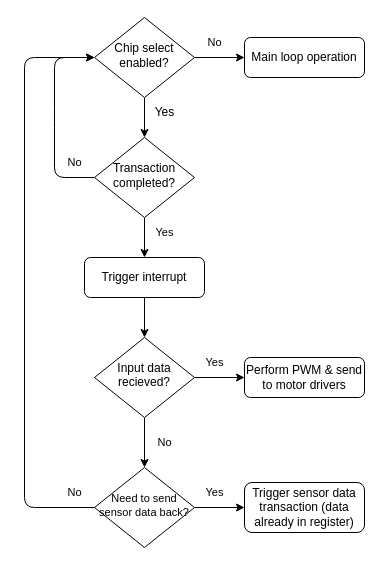
Above: test.dio in Kyle-912/HDL (draw.io), before the change. Source tidied: cells renumbered, new cells numbered last; positions are measured from the earlier drawing's top-left corner, leaving out a move shared by most shapes. Both pictures are drawn from the tidied source at 100%, with x=0, y=0 at pixel (24, 17).
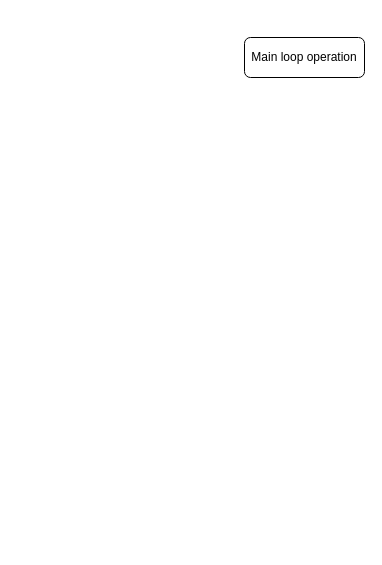
The same page after the edit.

Unchanged cells that the change refers to:
```xml
<mxCell id="5" value="Main loop operation" style="rounded=1;whiteSpace=wrap;html=1;fontSize=12;glass=0;strokeWidth=1;shadow=0;" parent="1" vertex="1">
  <mxGeometry x="220" y="20" width="120" height="40" as="geometry" />
</mxCell>
```

The edit, as a diff of the source:
```diff
@@
-    <mxCell id="2" style="edgeStyle=none;html=1;exitX=0.5;exitY=1;exitDx=0;exitDy=0;entryX=0.5;entryY=0;entryDx=0;entryDy=0;fontSize=11;" parent="1" edge="1" source="4" target="14">
-      <mxGeometry relative="1" as="geometry" />
-    </mxCell>
-    <mxCell id="3" style="edgeStyle=none;html=1;exitX=1;exitY=0.5;exitDx=0;exitDy=0;fontSize=11;" parent="1" edge="1" source="4" target="5">
-      <mxGeometry relative="1" as="geometry" />
-    </mxCell>
-    <mxCell id="4" value="&lt;font style=&quot;font-size: 12px;&quot;&gt;Chip select enabled?&lt;/font&gt;" style="rhombus;whiteSpace=wrap;html=1;shadow=0;fontFamily=Helvetica;fontSize=12;align=center;strokeWidth=1;spacing=6;spacingTop=-4;" parent="1" vertex="1">
-      <mxGeometry x="70" width="100" height="80" as="geometry" />
-    </mxCell>
@@
-    <mxCell id="6" style="edgeStyle=none;html=1;exitX=1;exitY=0.5;exitDx=0;exitDy=0;entryX=0;entryY=0.5;entryDx=0;entryDy=0;fontSize=11;" parent="1" edge="1" source="8" target="9">
-      <mxGeometry relative="1" as="geometry" />
-    </mxCell>
-    <mxCell id="7" style="edgeStyle=none;html=1;exitX=0.5;exitY=1;exitDx=0;exitDy=0;entryX=0.5;entryY=0;entryDx=0;entryDy=0;fontSize=12;" parent="1" edge="1" source="8">
-      <mxGeometry relative="1" as="geometry">
-        <mxPoint x="120" y="450" as="targetPoint" />
-      </mxGeometry>
-    </mxCell>
-    <mxCell id="8" value="&lt;p style=&quot;line-height: 110%;&quot;&gt;Input data recieved?&lt;/p&gt;" style="rhombus;whiteSpace=wrap;html=1;shadow=0;fontFamily=Helvetica;fontSize=12;align=center;strokeWidth=1;spacing=6;spacingTop=-4;" parent="1" vertex="1">
-      <mxGeometry x="70" y="320" width="100" height="80" as="geometry" />
-    </mxCell>
-    <mxCell id="9" value="Perform PWM &amp;amp; send to motor drivers" style="rounded=1;whiteSpace=wrap;html=1;fontSize=12;glass=0;strokeWidth=1;shadow=0;" parent="1" vertex="1">
-      <mxGeometry x="220" y="340" width="120" height="40" as="geometry" />
-    </mxCell>
-    <mxCell id="10" value="Yes" style="text;html=1;align=center;verticalAlign=middle;strokeColor=none;fillColor=none;" parent="1" vertex="1">
-      <mxGeometry x="120" y="80" width="40" height="30" as="geometry" />
-    </mxCell>
-    <mxCell id="11" value="Yes" style="text;html=1;align=center;verticalAlign=middle;strokeColor=none;fillColor=none;fontSize=11;" parent="1" vertex="1">
-      <mxGeometry x="170" y="330" width="40" height="30" as="geometry" />
-    </mxCell>
-    <mxCell id="12" style="edgeStyle=none;html=1;exitX=0;exitY=0.5;exitDx=0;exitDy=0;entryX=0;entryY=0.5;entryDx=0;entryDy=0;fontSize=11;" parent="1" edge="1" source="14" target="4">
-      <mxGeometry relative="1" as="geometry">
-        <Array as="points">
-          <mxPoint x="30" y="160" />
-          <mxPoint x="30" y="100" />
-          <mxPoint x="30" y="40" />
-        </Array>
-      </mxGeometry>
-    </mxCell>
-    <mxCell id="13" style="edgeStyle=none;html=1;exitX=0.5;exitY=1;exitDx=0;exitDy=0;fontSize=11;" parent="1" edge="1" source="14" target="19">
-      <mxGeometry relative="1" as="geometry" />
-    </mxCell>
-    <mxCell id="14" value="&lt;font style=&quot;font-size: 12px;&quot;&gt;Transaction completed?&lt;/font&gt;" style="rhombus;whiteSpace=wrap;html=1;shadow=0;fontFamily=Helvetica;fontSize=12;align=center;strokeWidth=1;spacing=6;spacingTop=-4;" parent="1" vertex="1">
-      <mxGeometry x="70" y="120" width="100" height="80" as="geometry" />
-    </mxCell>
-    <mxCell id="15" value="Yes" style="text;html=1;align=center;verticalAlign=middle;strokeColor=none;fillColor=none;fontSize=11;" parent="1" vertex="1">
-      <mxGeometry x="120" y="200" width="40" height="30" as="geometry" />
-    </mxCell>
-    <mxCell id="16" value="No" style="text;html=1;align=center;verticalAlign=middle;strokeColor=none;fillColor=none;fontSize=11;" parent="1" vertex="1">
-      <mxGeometry x="30" y="130" width="40" height="30" as="geometry" />
-    </mxCell>
-    <mxCell id="17" value="No" style="text;html=1;align=center;verticalAlign=middle;strokeColor=none;fillColor=none;fontSize=11;" parent="1" vertex="1">
-      <mxGeometry x="170" y="10" width="40" height="30" as="geometry" />
-    </mxCell>
-    <mxCell id="18" style="edgeStyle=none;html=1;exitX=0.5;exitY=1;exitDx=0;exitDy=0;entryX=0.5;entryY=0;entryDx=0;entryDy=0;fontSize=11;" parent="1" edge="1" source="19" target="8">
-      <mxGeometry relative="1" as="geometry" />
-    </mxCell>
-    <mxCell id="19" value="Trigger interrupt" style="rounded=1;whiteSpace=wrap;html=1;fontSize=12;glass=0;strokeWidth=1;shadow=0;" parent="1" vertex="1">
-      <mxGeometry x="60" y="240" width="120" height="40" as="geometry" />
-    </mxCell>
-    <mxCell id="20" value="No" style="text;html=1;align=center;verticalAlign=middle;strokeColor=none;fillColor=none;fontSize=11;" parent="1" vertex="1">
-      <mxGeometry x="120" y="410" width="40" height="30" as="geometry" />
-    </mxCell>
-    <mxCell id="21" style="edgeStyle=none;html=1;exitX=0;exitY=0.5;exitDx=0;exitDy=0;fontSize=11;" parent="1" edge="1" source="23">
-      <mxGeometry relative="1" as="geometry">
-        <mxPoint x="70" y="40" as="targetPoint" />
-        <Array as="points">
-          <mxPoint y="490" />
-          <mxPoint y="40" />
-        </Array>
-      </mxGeometry>
-    </mxCell>
-    <mxCell id="22" style="edgeStyle=none;html=1;exitX=1;exitY=0.5;exitDx=0;exitDy=0;entryX=0;entryY=0.5;entryDx=0;entryDy=0;fontSize=11;" parent="1" edge="1" source="23" target="24">
-      <mxGeometry relative="1" as="geometry" />
-    </mxCell>
-    <mxCell id="23" value="&lt;p style=&quot;line-height: 110%;&quot;&gt;&lt;span style=&quot;background-color: initial;&quot;&gt;&lt;font style=&quot;font-size: 11px;&quot;&gt;Need to&amp;nbsp;&lt;/font&gt;&lt;/span&gt;&lt;span style=&quot;background-color: initial;&quot;&gt;&lt;font style=&quot;font-size: 11px;&quot;&gt;send sensor&amp;nbsp;&lt;/font&gt;&lt;/span&gt;&lt;span style=&quot;background-color: initial;&quot;&gt;&lt;font style=&quot;font-size: 11px;&quot;&gt;data&lt;/font&gt;&lt;/span&gt;&lt;span style=&quot;background-color: initial;&quot;&gt;&lt;font style=&quot;font-size: 11px;&quot;&gt;&amp;nbsp;&lt;/font&gt;&lt;/span&gt;&lt;span style=&quot;background-color: initial; font-size: 11px;&quot;&gt;back?&lt;/span&gt;&lt;/p&gt;" style="rhombus;whiteSpace=wrap;html=1;shadow=0;fontFamily=Helvetica;fontSize=12;align=center;strokeWidth=1;spacing=6;spacingTop=-4;" parent="1" vertex="1">
-      <mxGeometry x="70" y="450" width="100" height="80" as="geometry" />
-    </mxCell>
-    <mxCell id="24" value="Trigger sensor data transaction (data already in register)" style="rounded=1;whiteSpace=wrap;html=1;fontSize=12;glass=0;strokeWidth=1;shadow=0;" parent="1" vertex="1">
-      <mxGeometry x="220" y="465" width="120" height="50" as="geometry" />
-    </mxCell>
-    <mxCell id="25" value="No" style="text;html=1;align=center;verticalAlign=middle;strokeColor=none;fillColor=none;fontSize=11;" parent="1" vertex="1">
-      <mxGeometry x="30" y="460" width="40" height="30" as="geometry" />
-    </mxCell>
-    <mxCell id="26" value="Yes" style="text;html=1;align=center;verticalAlign=middle;strokeColor=none;fillColor=none;fontSize=11;" parent="1" vertex="1">
-      <mxGeometry x="170" y="460" width="40" height="30" as="geometry" />
-    </mxCell>
```
